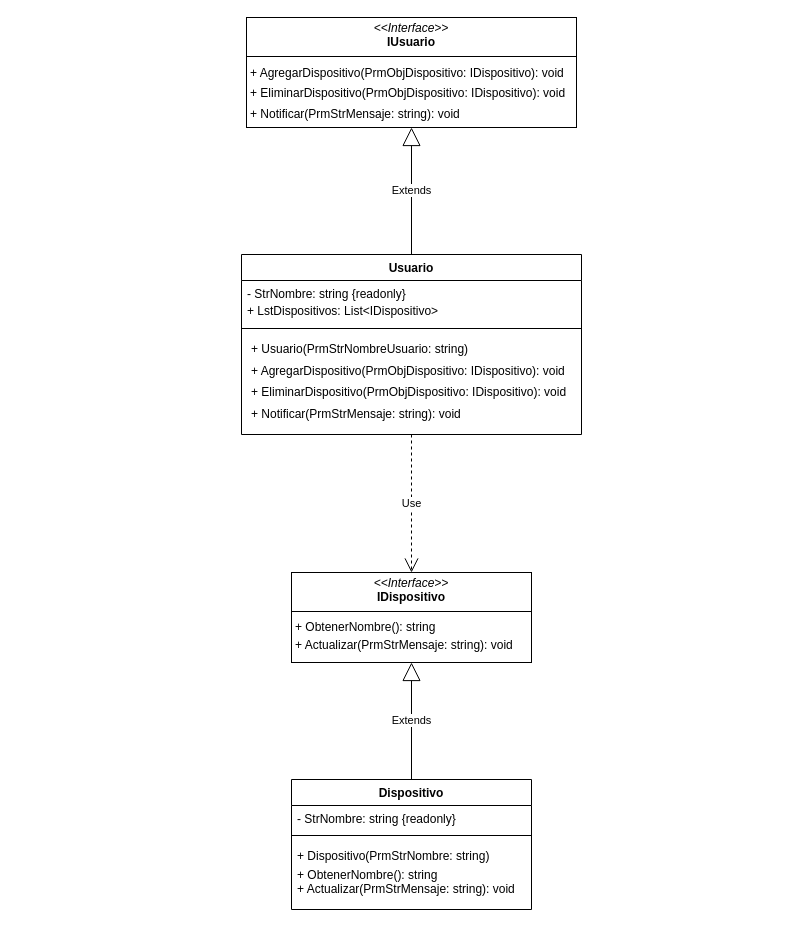
This is Problema_2_Mensajeria/DiagramaClases_Mensajeria.drawio from darnack/patronesdedisenio, a draw.io file, before an edit. Source tidied: cells renumbered, new cells numbered last; positions are measured from the earlier drawing's top-left corner, leaving out a move shared by most shapes. Both pictures are drawn from the tidied source at 100%, with x=0, y=0 at pixel (241, 17).
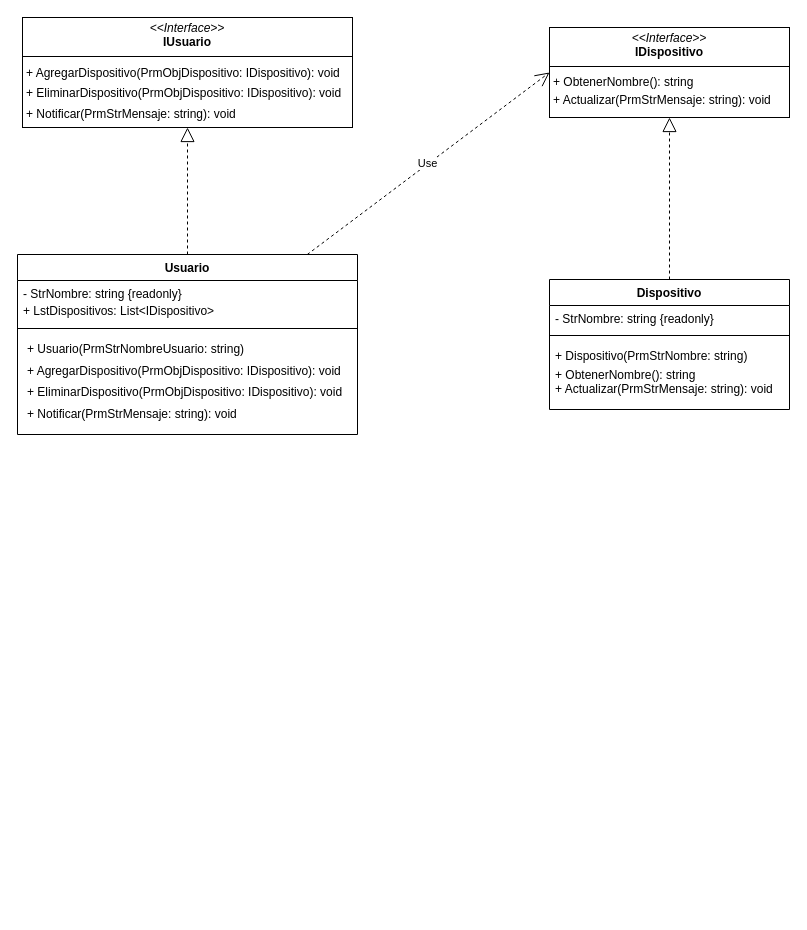
After the change.

Commit message:
Ajuste dobre diagrama de clases ejercicio 2

What changed in the source:
```diff
@@
 <mxGraphModel>
   <root>
     <mxCell id="0" />
     <mxCell id="1" parent="0" />
-    <mxCell id="2" value="Extends" style="endArrow=block;endSize=16;endFill=0;html=1;rounded=0;exitX=0.5;exitY=0;exitDx=0;exitDy=0;entryX=0.5;entryY=1;entryDx=0;entryDy=0;" parent="1" edge="1" source="10" target="9">
-      <mxGeometry relative="1" as="geometry" />
-    </mxCell>
-    <mxCell id="3" value="Extends" style="endArrow=block;endSize=16;endFill=0;html=1;rounded=0;exitX=0.5;exitY=0;exitDx=0;exitDy=0;entryX=0.5;entryY=1;entryDx=0;entryDy=0;" parent="1" edge="1" source="5" target="4">
-      <mxGeometry relative="1" as="geometry" />
-    </mxCell>
     <mxCell id="4" value="&lt;p style=&quot;margin:0px;margin-top:4px;text-align:center;&quot;&gt;&lt;i&gt;&amp;lt;&amp;lt;Interface&amp;gt;&amp;gt;&lt;/i&gt;&lt;br&gt;&lt;b&gt;IDispositivo&lt;/b&gt;&lt;/p&gt;&lt;hr size=&quot;1&quot; style=&quot;border-style:solid;&quot;&gt;&lt;p style=&quot;margin: 0px 0px 0px 4px; line-height: 150%;&quot;&gt;+ ObtenerNombre(): string&lt;br&gt;+ Actualizar(PrmStrMensaje: string): void&lt;/p&gt;" style="verticalAlign=top;align=left;overflow=fill;html=1;whiteSpace=wrap;" parent="1" vertex="1">
-      <mxGeometry x="50" y="555" width="240" height="90" as="geometry" />
+      <mxGeometry x="308" y="10" width="240" height="90" as="geometry" />
     </mxCell>
     <mxCell id="5" value="Dispositivo" style="swimlane;fontStyle=1;align=center;verticalAlign=top;horizontal=1;startSize=26;whiteSpace=wrap;html=1;" parent="1" vertex="1">
-      <mxGeometry x="50" y="762" width="240" height="130" as="geometry" />
+      <mxGeometry x="308" y="262" width="240" height="130" as="geometry" />
     </mxCell>
     <mxCell id="6" value="- StrNombre: string {readonly}" style="text;strokeColor=none;fillColor=none;align=left;verticalAlign=top;spacingLeft=4;spacingRight=4;overflow=hidden;whiteSpace=wrap;html=1;" parent="5" vertex="1">
       <mxGeometry y="26" width="240" height="26" as="geometry" />
     </mxCell>
     <mxCell id="7" style="line;strokeWidth=1;fillColor=none;align=left;verticalAlign=middle;spacingTop=-1;spacingLeft=3;spacingRight=3;labelPosition=right;strokeColor=inherit;" parent="5" vertex="1">
       <mxGeometry y="52" width="240" height="8" as="geometry" />
     </mxCell>
     <mxCell id="8" value="&lt;div style=&quot;line-height: 180%;&quot;&gt;+ Dispositivo(PrmStrNombre: string)&lt;/div&gt;+ ObtenerNombre(): string&lt;br&gt;+ Actualizar(PrmStrMensaje: string): void" style="text;strokeColor=none;fillColor=none;align=left;verticalAlign=top;spacingLeft=4;spacingRight=4;overflow=hidden;whiteSpace=wrap;html=1;" parent="5" vertex="1">
       <mxGeometry y="60" width="240" height="70" as="geometry" />
     </mxCell>
     <mxCell id="9" value="&lt;p style=&quot;margin:0px;margin-top:4px;text-align:center;&quot;&gt;&lt;i&gt;&amp;lt;&amp;lt;Interface&amp;gt;&amp;gt;&lt;/i&gt;&lt;br&gt;&lt;b&gt;IUsuario&lt;/b&gt;&lt;/p&gt;&lt;hr size=&quot;1&quot; style=&quot;border-style:solid;&quot;&gt;&lt;p style=&quot;margin: 0px 0px 0px 4px; line-height: 170%;&quot;&gt;+ AgregarDispositivo(PrmObjDispositivo: IDispositivo): void&lt;br&gt;+ EliminarDispositivo(PrmObjDispositivo: IDispositivo): void&lt;br&gt;&lt;/p&gt;&lt;p style=&quot;margin: 0px 0px 0px 4px; line-height: 170%;&quot;&gt;+ Notificar(PrmStrMensaje: string): void&lt;/p&gt;" style="verticalAlign=top;align=left;overflow=fill;html=1;whiteSpace=wrap;spacingTop=0;" parent="1" vertex="1">
-      <mxGeometry x="5" width="330" height="110" as="geometry" />
+      <mxGeometry x="-219" width="330" height="110" as="geometry" />
     </mxCell>
     <mxCell id="10" value="Usuario" style="swimlane;fontStyle=1;align=center;verticalAlign=top;horizontal=1;startSize=26;whiteSpace=wrap;html=1;" parent="1" vertex="1">
-      <mxGeometry y="237" width="340" height="180" as="geometry" />
+      <mxGeometry x="-224" y="237" width="340" height="180" as="geometry" />
     </mxCell>
     <mxCell id="11" value="- StrNombre: string {readonly}&lt;div style=&quot;line-height: 170%;&quot;&gt;+&amp;nbsp;LstDispositivos:&amp;nbsp;List&amp;lt;IDispositivo&amp;gt;&lt;/div&gt;" style="text;strokeColor=none;fillColor=none;align=left;verticalAlign=top;spacingLeft=4;spacingRight=4;overflow=hidden;whiteSpace=wrap;html=1;" parent="10" vertex="1">
       <mxGeometry y="26" width="340" height="44" as="geometry" />
     </mxCell>
     <mxCell id="12" style="line;strokeWidth=1;fillColor=none;align=left;verticalAlign=middle;spacingTop=-1;spacingLeft=3;spacingRight=3;labelPosition=right;strokeColor=inherit;" parent="10" vertex="1">
       <mxGeometry y="70" width="340" height="8" as="geometry" />
     </mxCell>
     <mxCell id="13" value="&lt;p style=&quot;margin: 0px 0px 0px 4px; line-height: 180%;&quot;&gt;+ Usuario(PrmStrNombreUsuario: string)&lt;/p&gt;&lt;p style=&quot;margin: 0px 0px 0px 4px; line-height: 180%;&quot;&gt;+ AgregarDispositivo(PrmObjDispositivo: IDispositivo): void&lt;br&gt;+ EliminarDispositivo(PrmObjDispositivo: IDispositivo): void&lt;br&gt;&lt;/p&gt;&lt;p style=&quot;margin: 0px 0px 0px 4px; line-height: 180%;&quot;&gt;+ Notificar(PrmStrMensaje: string): void&lt;/p&gt;&lt;div style=&quot;line-height: 180%;&quot;&gt;&lt;/div&gt;" style="text;strokeColor=none;fillColor=none;align=left;verticalAlign=top;spacingLeft=4;spacingRight=4;overflow=hidden;whiteSpace=wrap;html=1;" parent="10" vertex="1">
       <mxGeometry y="78" width="340" height="102" as="geometry" />
     </mxCell>
-    <mxCell id="14" value="Use" style="endArrow=open;endSize=12;dashed=1;html=1;rounded=0;entryX=0.5;entryY=0;entryDx=0;entryDy=0;" parent="1" edge="1" source="10" target="4">
+    <mxCell id="14" value="Use" style="endArrow=open;endSize=12;dashed=1;html=1;rounded=0;entryX=0;entryY=0.5;entryDx=0;entryDy=0;" parent="1" edge="1" source="10" target="4">
       <mxGeometry relative="1" as="geometry" />
     </mxCell>
+    <mxCell id="2" style="endArrow=block;dashed=1;endFill=0;endSize=12;html=1;rounded=0;exitX=0.5;exitY=0;exitDx=0;exitDy=0;" parent="1" edge="1" source="10" target="9">
+      <mxGeometry relative="1" as="geometry" />
+    </mxCell>
+    <mxCell id="3" style="endArrow=block;dashed=1;endFill=0;endSize=12;html=1;rounded=0;exitX=0.5;exitY=0;exitDx=0;exitDy=0;entryX=0.5;entryY=1;entryDx=0;entryDy=0;" parent="1" edge="1" source="5" target="4">
+      <mxGeometry relative="1" as="geometry" />
+    </mxCell>
   </root>
 </mxGraphModel>
```
